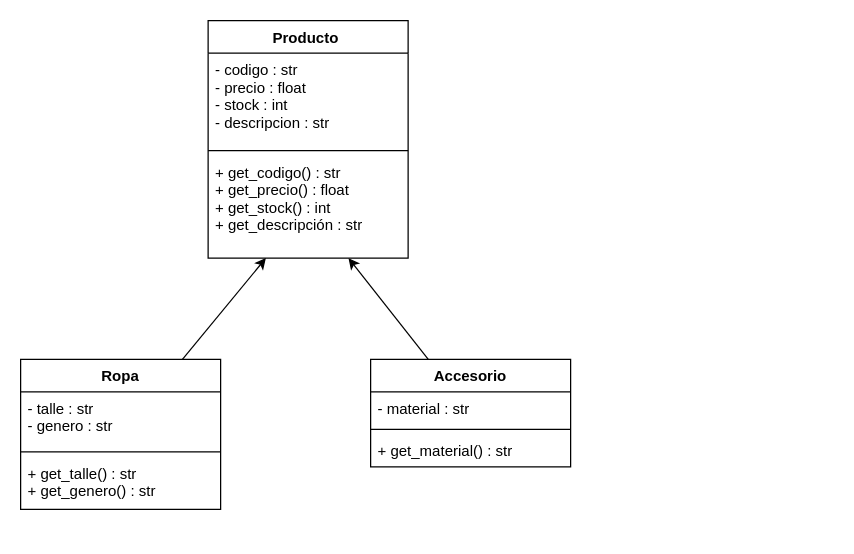
Earlier version of the draw.io diagram diagram.drawio (Franco-Miguez/tienda-de-ropa). Source tidied: cells renumbered, new cells numbered last; positions are measured from the earlier drawing's top-left corner, leaving out a move shared by most shapes. Both pictures are drawn from the tidied source at 125%, with x=0, y=0 at pixel (20, 20).
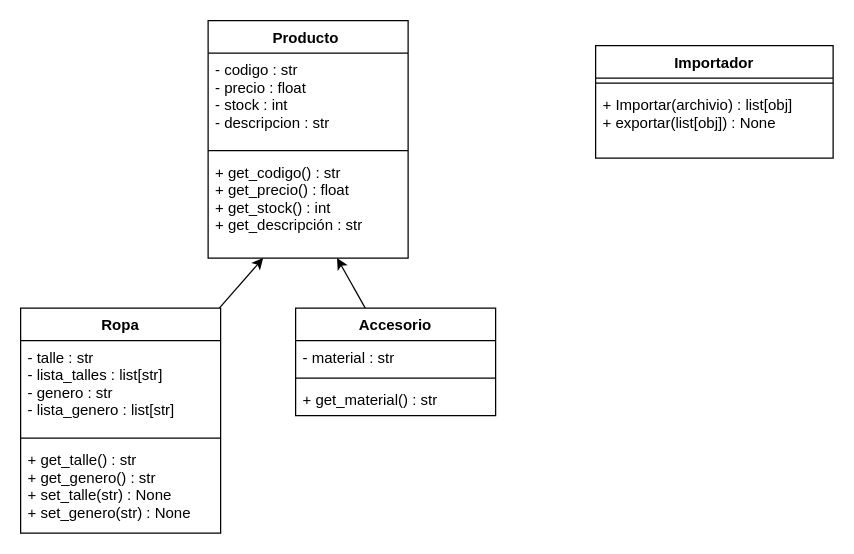
After the change.

Change to the diagram source:
```diff
@@
 <mxGraphModel>
   <root>
     <mxCell id="0" />
     <mxCell id="1" parent="0" />
     <mxCell id="2" value="Producto " style="swimlane;fontStyle=1;align=center;verticalAlign=top;horizontal=1;startSize=26;" parent="1" vertex="1">
       <mxGeometry x="150" width="160" height="190" as="geometry" />
     </mxCell>
     <mxCell id="3" value="- codigo : str&#10;- precio : float&#10;- stock : int&#10;- descripcion : str" style="text;strokeColor=none;fillColor=none;align=left;verticalAlign=top;spacingLeft=4;spacingRight=4;overflow=hidden;" parent="2" vertex="1">
       <mxGeometry y="26" width="160" height="74" as="geometry" />
     </mxCell>
     <mxCell id="4" style="line;strokeWidth=1;fillColor=none;align=left;verticalAlign=middle;spacingTop=-1;spacingLeft=3;spacingRight=3;labelPosition=right;strokeColor=inherit;" parent="2" vertex="1">
       <mxGeometry y="100" width="160" height="8" as="geometry" />
     </mxCell>
     <mxCell id="5" value="+ get_codigo() : str&#10;+ get_precio() : float&#10;+ get_stock() : int&#10;+ get_descripción : str" style="text;strokeColor=none;fillColor=none;align=left;verticalAlign=top;spacingLeft=4;spacingRight=4;overflow=hidden;points=[[0,0.5],[1,0.5]];portConstraint=eastwest;" parent="2" vertex="1">
       <mxGeometry y="108" width="160" height="82" as="geometry" />
     </mxCell>
     <mxCell id="6" style="edgeStyle=none;html=1;" parent="1" edge="1" source="7" target="5">
       <mxGeometry relative="1" as="geometry" />
     </mxCell>
     <mxCell id="7" value="Accesorio" style="swimlane;fontStyle=1;align=center;verticalAlign=top;horizontal=1;startSize=26;" parent="1" vertex="1">
-      <mxGeometry x="280" y="271" width="160" height="86" as="geometry" />
+      <mxGeometry x="220" y="230" width="160" height="86" as="geometry" />
     </mxCell>
     <mxCell id="8" value="- material : str" style="text;strokeColor=none;fillColor=none;align=left;verticalAlign=top;spacingLeft=4;spacingRight=4;overflow=hidden;" parent="7" vertex="1">
       <mxGeometry y="26" width="160" height="26" as="geometry" />
     </mxCell>
     <mxCell id="9" style="line;strokeWidth=1;fillColor=none;align=left;verticalAlign=middle;spacingTop=-1;spacingLeft=3;spacingRight=3;labelPosition=right;strokeColor=inherit;" parent="7" vertex="1">
       <mxGeometry y="52" width="160" height="8" as="geometry" />
     </mxCell>
     <mxCell id="10" value="+ get_material() : str" style="text;strokeColor=none;fillColor=none;align=left;verticalAlign=top;spacingLeft=4;spacingRight=4;overflow=hidden;" parent="7" vertex="1">
       <mxGeometry y="60" width="160" height="26" as="geometry" />
     </mxCell>
     <mxCell id="11" style="edgeStyle=none;html=1;" parent="1" edge="1" source="12" target="5">
       <mxGeometry relative="1" as="geometry" />
     </mxCell>
     <mxCell id="12" value="Ropa" style="swimlane;fontStyle=1;align=center;verticalAlign=top;horizontal=1;startSize=26;" parent="1" vertex="1">
-      <mxGeometry y="271" width="160" height="120" as="geometry" />
+      <mxGeometry y="230" width="160" height="180" as="geometry" />
     </mxCell>
-    <mxCell id="13" value="- talle : str&#10;- genero : str" style="text;strokeColor=none;fillColor=none;align=left;verticalAlign=top;spacingLeft=4;spacingRight=4;overflow=hidden;" parent="12" vertex="1">
-      <mxGeometry y="26" width="160" height="44" as="geometry" />
+    <mxCell id="13" value="- talle : str&#10;- lista_talles : list[str]&#10;- genero : str&#10;- lista_genero : list[str]" style="text;strokeColor=none;fillColor=none;align=left;verticalAlign=top;spacingLeft=4;spacingRight=4;overflow=hidden;" parent="12" vertex="1">
+      <mxGeometry y="26" width="160" height="74" as="geometry" />
     </mxCell>
     <mxCell id="14" style="line;strokeWidth=1;fillColor=none;align=left;verticalAlign=middle;spacingTop=-1;spacingLeft=3;spacingRight=3;labelPosition=right;strokeColor=inherit;" parent="12" vertex="1">
-      <mxGeometry y="70" width="160" height="8" as="geometry" />
+      <mxGeometry y="100" width="160" height="8" as="geometry" />
     </mxCell>
-    <mxCell id="15" value="+ get_talle() : str&#10;+ get_genero() : str" style="text;strokeColor=none;fillColor=none;align=left;verticalAlign=top;spacingLeft=4;spacingRight=4;overflow=hidden;" parent="12" vertex="1">
-      <mxGeometry y="78" width="160" height="42" as="geometry" />
+    <mxCell id="15" value="+ get_talle() : str&#10;+ get_genero() : str&#10;+ set_talle(str) : None&#10;+ set_genero(str) : None" style="text;strokeColor=none;fillColor=none;align=left;verticalAlign=top;spacingLeft=4;spacingRight=4;overflow=hidden;" parent="12" vertex="1">
+      <mxGeometry y="108" width="160" height="72" as="geometry" />
     </mxCell>
+    <mxCell id="16" value="Importador" style="swimlane;fontStyle=1;align=center;verticalAlign=top;horizontal=1;startSize=26;" parent="1" vertex="1">
+      <mxGeometry x="460" y="20" width="190" height="90" as="geometry" />
+    </mxCell>
+    <mxCell id="17" style="line;strokeWidth=1;fillColor=none;align=left;verticalAlign=middle;spacingTop=-1;spacingLeft=3;spacingRight=3;labelPosition=right;strokeColor=inherit;" parent="16" vertex="1">
+      <mxGeometry y="26" width="190" height="8" as="geometry" />
+    </mxCell>
+    <mxCell id="18" value="+ Importar(archivio) : list[obj]&#10;+ exportar(list[obj]) : None" style="text;strokeColor=none;fillColor=none;align=left;verticalAlign=top;spacingLeft=4;spacingRight=4;overflow=hidden;" parent="16" vertex="1">
+      <mxGeometry y="34" width="190" height="56" as="geometry" />
+    </mxCell>
   </root>
 </mxGraphModel>
```
